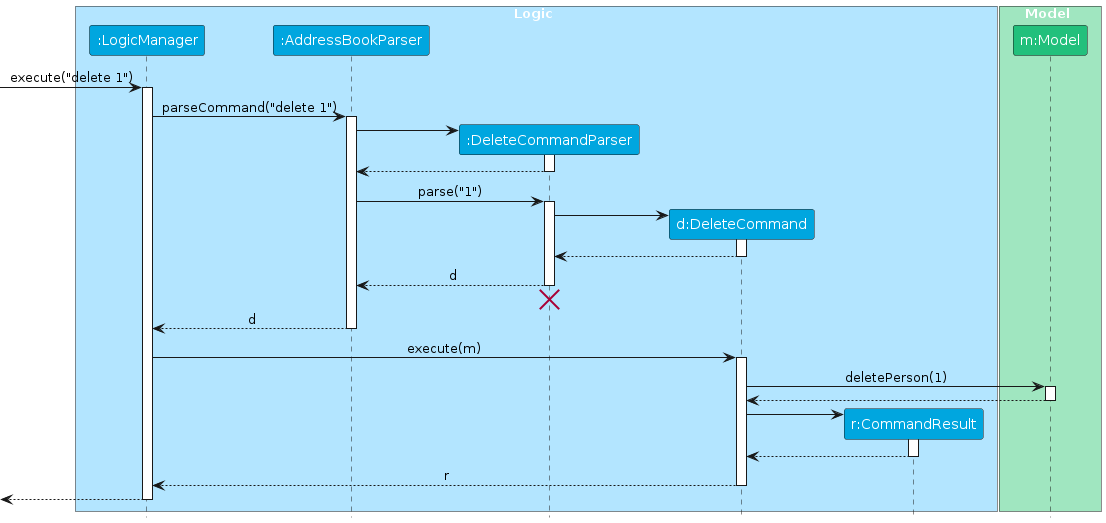
Above: diagrams/DeleteSequenceDiagram.png in AY2526S2-CS2103T-T15-1/tp (PlantUML), before the change. Its source is kept beside it as diagrams/DeleteSequenceDiagram.puml.
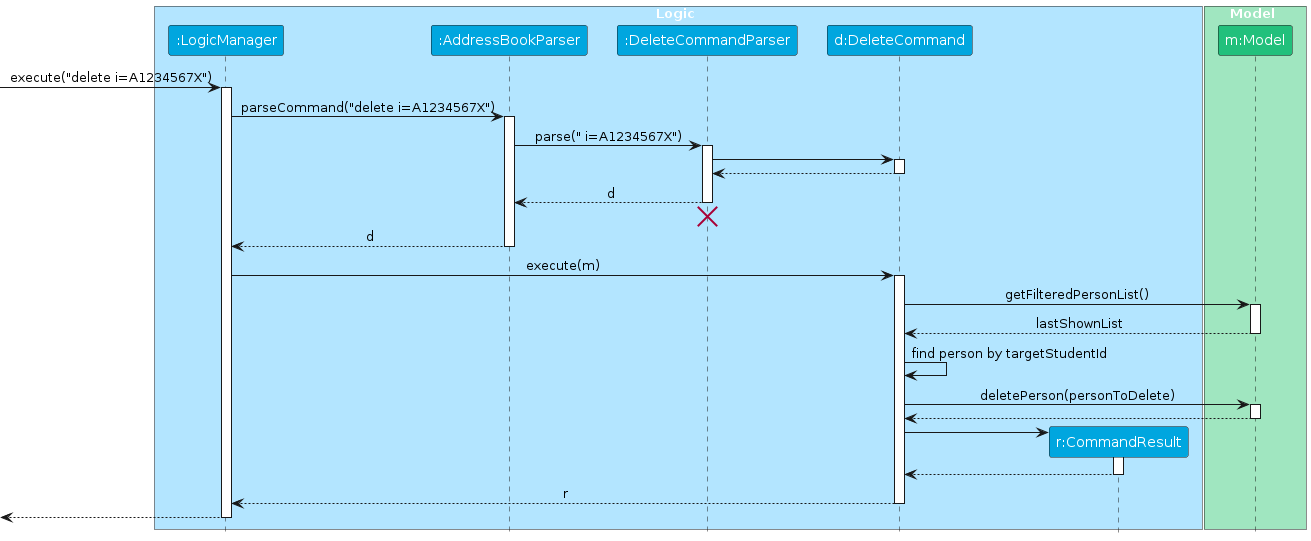
The same diagram one commit later.

What changed in the source:
```diff
@@ -1,6 +1,10 @@
 @startuml
 !include style.puml
 skinparam ArrowFontStyle plain
+skinparam DefaultFontStyle plain
+skinparam SequenceParticipantFontStyle plain
+skinparam SequenceMessageFontStyle plain
+skinparam SequenceGroupFontStyle plain
 
 box Logic LOGIC_COLOR_T1
 participant ":LogicManager" as LogicManager LOGIC_COLOR
@@ -14,23 +18,15 @@
 participant "m:Model" as Model MODEL_COLOR
 end box
 
-[-> LogicManager : execute("delete 1")
+[-> LogicManager : execute("delete i=A1234567X")
 activate LogicManager
 
-LogicManager -> AddressBookParser : parseCommand("delete 1")
+LogicManager -> AddressBookParser : parseCommand("delete i=A1234567X")
 activate AddressBookParser
 
-create DeleteCommandParser
-AddressBookParser -> DeleteCommandParser
+AddressBookParser -> DeleteCommandParser : parse(" i=A1234567X")
 activate DeleteCommandParser
 
-DeleteCommandParser --> AddressBookParser
-deactivate DeleteCommandParser
-
-AddressBookParser -> DeleteCommandParser : parse("1")
-activate DeleteCommandParser
-
-create DeleteCommand
 DeleteCommandParser -> DeleteCommand
 activate DeleteCommand
 
@@ -48,7 +44,14 @@
 LogicManager -> DeleteCommand : execute(m)
 activate DeleteCommand
 
-DeleteCommand -> Model : deletePerson(1)
+DeleteCommand -> Model : getFilteredPersonList()
+activate Model
+Model --> DeleteCommand : lastShownList
+deactivate Model
+
+DeleteCommand -> DeleteCommand : find person by targetStudentId
+
+DeleteCommand -> Model : deletePerson(personToDelete)
 activate Model
 
 Model --> DeleteCommand
```
